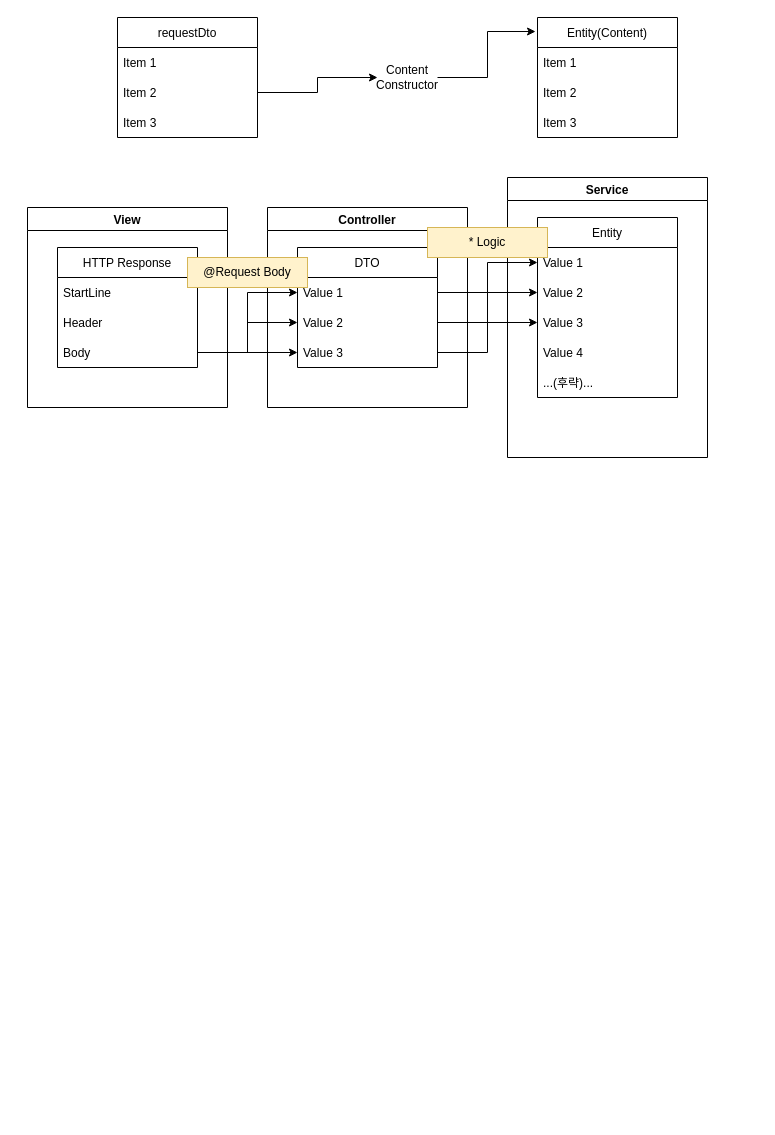
JeekLee/Post_API keeps this draw.io diagram as DtoAndEntity.drawio. Above is the earlier version. Source tidied: cells renumbered, new cells numbered last; positions are measured from the earlier drawing's top-left corner, leaving out a move shared by most shapes. Both pictures are drawn from the tidied source at 100%, with x=0, y=0 at pixel (27, 17).
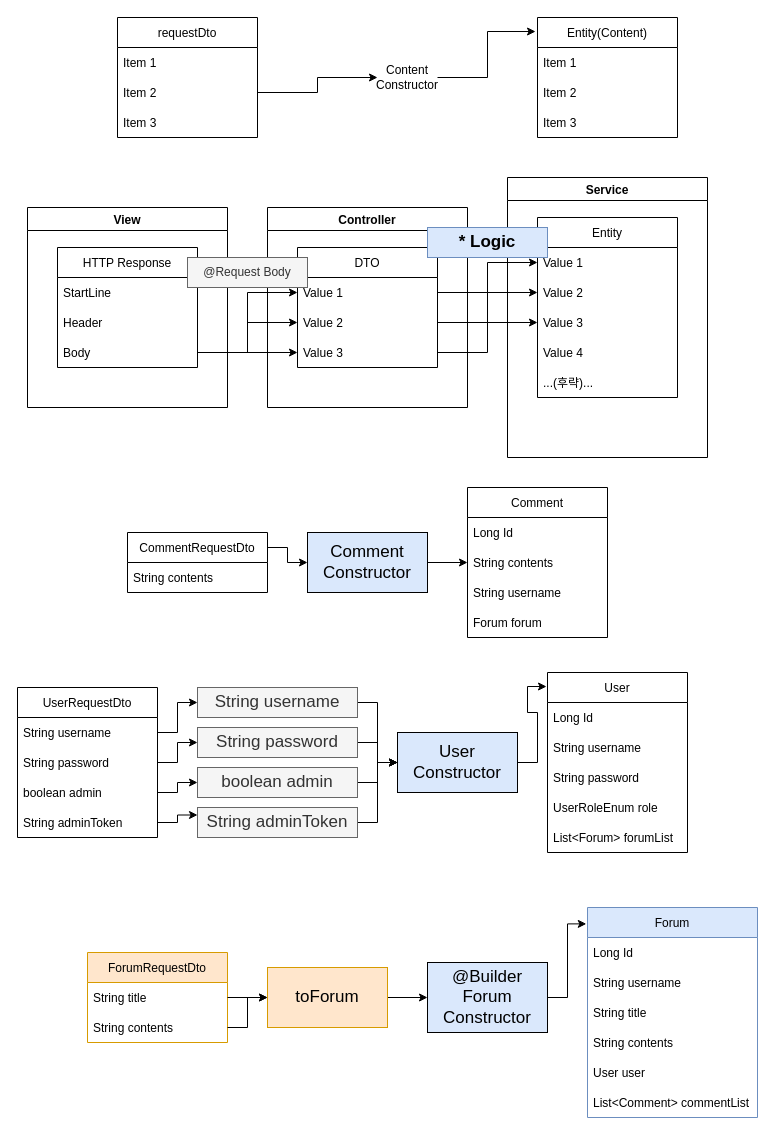
After the change.

Commit message (it also covers changes not shown here):
221206 DTO에서 Entity 반환하는 방법 3가지 비교

The change refers to these unchanged cells:
```xml
<mxCell id="28" value="Controller" style="swimlane;" parent="1" vertex="1">
  <mxGeometry x="240" y="190" width="200" height="200" as="geometry" />
</mxCell>
<mxCell id="30" value="Service" style="swimlane;" parent="1" vertex="1">
  <mxGeometry x="480" y="160" width="200" height="280" as="geometry" />
</mxCell>
```

The edit, as a diff of the source:
```diff
@@
-    <mxCell id="29" value="@Request Body" style="text;html=1;strokeColor=#d6b656;fillColor=#fff2cc;align=center;verticalAlign=middle;whiteSpace=wrap;rounded=0;" parent="28" vertex="1">
+    <mxCell id="29" value="@Request Body" style="text;html=1;strokeColor=#666666;fillColor=#f5f5f5;align=center;verticalAlign=middle;whiteSpace=wrap;rounded=0;fontColor=#333333;" parent="28" vertex="1">
       <mxGeometry x="-80" y="50" width="120" height="30" as="geometry" />
     </mxCell>
@@
-    <mxCell id="31" value="* Logic" style="text;html=1;strokeColor=#d6b656;fillColor=#fff2cc;align=center;verticalAlign=middle;whiteSpace=wrap;rounded=0;" parent="30" vertex="1">
+    <mxCell id="31" value="&lt;b style=&quot;&quot;&gt;&lt;font style=&quot;font-size: 17px;&quot;&gt;* Logic&lt;/font&gt;&lt;/b&gt;" style="text;html=1;strokeColor=#6c8ebf;fillColor=#DAE8FC;align=center;verticalAlign=middle;whiteSpace=wrap;rounded=0;glass=0;" parent="30" vertex="1">
       <mxGeometry x="-80" y="50" width="120" height="30" as="geometry" />
     </mxCell>
@@
+    <mxCell id="38" style="edgeStyle=orthogonalEdgeStyle;rounded=0;jettySize=auto;html=1;exitX=1;exitY=0.25;exitDx=0;exitDy=0;entryX=0;entryY=0.5;entryDx=0;entryDy=0;fontSize=17;fontColor=#000000;" parent="1" edge="1" source="39" target="47">
+      <mxGeometry relative="1" as="geometry" />
+    </mxCell>
+    <mxCell id="39" value="CommentRequestDto" style="swimlane;fontStyle=0;horizontal=1;startSize=30;" parent="1" vertex="1">
+      <mxGeometry x="100" y="515" width="140" height="60" as="geometry" />
+    </mxCell>
+    <mxCell id="40" value="String contents" style="text;strokeColor=none;fillColor=none;align=left;verticalAlign=middle;spacingLeft=4;spacingRight=4;overflow=hidden;" parent="39" vertex="1">
+      <mxGeometry y="30" width="140" height="30" as="geometry" />
+    </mxCell>
+    <mxCell id="41" value="Comment" style="swimlane;fontStyle=0;horizontal=1;startSize=30;" parent="1" vertex="1">
+      <mxGeometry x="440" y="470" width="140" height="150" as="geometry" />
+    </mxCell>
+    <mxCell id="42" value="Long Id" style="text;strokeColor=none;fillColor=none;align=left;verticalAlign=middle;spacingLeft=4;spacingRight=4;overflow=hidden;" parent="41" vertex="1">
+      <mxGeometry y="30" width="140" height="30" as="geometry" />
+    </mxCell>
+    <mxCell id="43" value="String contents" style="text;strokeColor=none;fillColor=none;align=left;verticalAlign=middle;spacingLeft=4;spacingRight=4;overflow=hidden;points=[[0,0.5],[1,0.5]];portConstraint=eastwest;" parent="41" vertex="1">
+      <mxGeometry y="60" width="140" height="30" as="geometry" />
+    </mxCell>
+    <mxCell id="44" value="String username" style="text;strokeColor=none;fillColor=none;align=left;verticalAlign=middle;spacingLeft=4;spacingRight=4;overflow=hidden;" parent="41" vertex="1">
+      <mxGeometry y="90" width="140" height="30" as="geometry" />
+    </mxCell>
+    <mxCell id="45" value="Forum forum" style="text;strokeColor=none;fillColor=none;align=left;verticalAlign=middle;spacingLeft=4;spacingRight=4;overflow=hidden;" parent="41" vertex="1">
+      <mxGeometry y="120" width="140" height="30" as="geometry" />
+    </mxCell>
+    <mxCell id="46" style="edgeStyle=orthogonalEdgeStyle;rounded=0;jettySize=auto;html=1;exitX=1;exitY=0.5;exitDx=0;exitDy=0;entryX=0;entryY=0.5;entryDx=0;entryDy=0;fontSize=17;fontColor=#000000;" parent="1" edge="1" source="47" target="43">
+      <mxGeometry relative="1" as="geometry" />
+    </mxCell>
+    <mxCell id="47" value="Comment&lt;br&gt;Constructor" style="rounded=0;whiteSpace=wrap;html=1;glass=0;fontSize=17;fontColor=#000000;fillColor=#DAE8FC;" parent="1" vertex="1">
+      <mxGeometry x="280" y="515" width="120" height="60" as="geometry" />
+    </mxCell>
+    <mxCell id="48" value="UserRequestDto" style="swimlane;fontStyle=0;horizontal=1;startSize=30;" parent="1" vertex="1">
+      <mxGeometry x="-10" y="670" width="140" height="150" as="geometry" />
+    </mxCell>
+    <mxCell id="49" value="String username" style="text;strokeColor=none;fillColor=none;align=left;verticalAlign=middle;spacingLeft=4;spacingRight=4;overflow=hidden;points=[[0,0.5],[1,0.5]];portConstraint=eastwest;" parent="48" vertex="1">
+      <mxGeometry y="30" width="140" height="30" as="geometry" />
+    </mxCell>
+    <mxCell id="50" value="String password" style="text;strokeColor=none;fillColor=none;align=left;verticalAlign=middle;spacingLeft=4;spacingRight=4;overflow=hidden;points=[[0,0.5],[1,0.5]];portConstraint=eastwest;" parent="48" vertex="1">
+      <mxGeometry y="60" width="140" height="30" as="geometry" />
+    </mxCell>
+    <mxCell id="51" value="boolean admin" style="text;strokeColor=none;fillColor=none;align=left;verticalAlign=middle;spacingLeft=4;spacingRight=4;overflow=hidden;points=[[0,0.5],[1,0.5]];portConstraint=eastwest;" parent="48" vertex="1">
+      <mxGeometry y="90" width="140" height="30" as="geometry" />
+    </mxCell>
+    <mxCell id="52" value="String adminToken" style="text;strokeColor=none;fillColor=none;align=left;verticalAlign=middle;spacingLeft=4;spacingRight=4;overflow=hidden;points=[[0,0.5],[1,0.5]];portConstraint=eastwest;" parent="48" vertex="1">
+      <mxGeometry y="120" width="140" height="30" as="geometry" />
+    </mxCell>
+    <mxCell id="53" value="User" style="swimlane;fontStyle=0;horizontal=1;startSize=30;" parent="1" vertex="1">
+      <mxGeometry x="520" y="655" width="140" height="180" as="geometry" />
+    </mxCell>
+    <mxCell id="54" value="Long Id" style="text;strokeColor=none;fillColor=none;align=left;verticalAlign=middle;spacingLeft=4;spacingRight=4;overflow=hidden;" parent="53" vertex="1">
+      <mxGeometry y="30" width="140" height="30" as="geometry" />
+    </mxCell>
+    <mxCell id="55" value="String username" style="text;strokeColor=none;fillColor=none;align=left;verticalAlign=middle;spacingLeft=4;spacingRight=4;overflow=hidden;" parent="53" vertex="1">
+      <mxGeometry y="60" width="140" height="30" as="geometry" />
+    </mxCell>
+    <mxCell id="56" value="String password" style="text;strokeColor=none;fillColor=none;align=left;verticalAlign=middle;spacingLeft=4;spacingRight=4;overflow=hidden;" parent="53" vertex="1">
+      <mxGeometry y="90" width="140" height="30" as="geometry" />
+    </mxCell>
+    <mxCell id="57" value="UserRoleEnum role" style="text;strokeColor=none;fillColor=none;align=left;verticalAlign=middle;spacingLeft=4;spacingRight=4;overflow=hidden;" parent="53" vertex="1">
+      <mxGeometry y="120" width="140" height="30" as="geometry" />
+    </mxCell>
+    <mxCell id="58" value="List&lt;Forum&gt; forumList" style="text;strokeColor=none;fillColor=none;align=left;verticalAlign=middle;spacingLeft=4;spacingRight=4;overflow=hidden;" parent="53" vertex="1">
+      <mxGeometry y="150" width="140" height="30" as="geometry" />
+    </mxCell>
+    <mxCell id="59" style="edgeStyle=orthogonalEdgeStyle;rounded=0;jettySize=auto;html=1;exitX=1;exitY=0.5;exitDx=0;exitDy=0;entryX=-0.007;entryY=0.078;entryDx=0;entryDy=0;entryPerimeter=0;fontSize=17;fontColor=#000000;" parent="1" edge="1" source="60" target="53">
+      <mxGeometry relative="1" as="geometry" />
+    </mxCell>
+    <mxCell id="60" value="User&lt;br&gt;Constructor" style="rounded=0;whiteSpace=wrap;html=1;glass=0;fontSize=17;fontColor=#000000;fillColor=#DAE8FC;" parent="1" vertex="1">
+      <mxGeometry x="370" y="715" width="120" height="60" as="geometry" />
+    </mxCell>
+    <mxCell id="61" style="edgeStyle=orthogonalEdgeStyle;rounded=0;jettySize=auto;html=1;exitX=1;exitY=0.5;exitDx=0;exitDy=0;entryX=0;entryY=0.5;entryDx=0;entryDy=0;fontSize=17;fontColor=#000000;" parent="1" edge="1" source="62" target="60">
+      <mxGeometry relative="1" as="geometry" />
+    </mxCell>
+    <mxCell id="62" value="String username" style="text;html=1;align=center;verticalAlign=middle;whiteSpace=wrap;rounded=0;glass=0;fontSize=17;fillColor=#f5f5f5;fontColor=#333333;strokeColor=#666666;" parent="1" vertex="1">
+      <mxGeometry x="170" y="670" width="160" height="30" as="geometry" />
+    </mxCell>
+    <mxCell id="63" style="edgeStyle=orthogonalEdgeStyle;rounded=0;jettySize=auto;html=1;exitX=1;exitY=0.5;exitDx=0;exitDy=0;entryX=0;entryY=0.5;entryDx=0;entryDy=0;fontSize=17;fontColor=#000000;" parent="1" edge="1" source="64" target="60">
+      <mxGeometry relative="1" as="geometry" />
+    </mxCell>
+    <mxCell id="64" value="String password" style="text;html=1;align=center;verticalAlign=middle;whiteSpace=wrap;rounded=0;glass=0;fontSize=17;fillColor=#f5f5f5;fontColor=#333333;strokeColor=#666666;" parent="1" vertex="1">
+      <mxGeometry x="170" y="710" width="160" height="30" as="geometry" />
+    </mxCell>
+    <mxCell id="65" style="edgeStyle=orthogonalEdgeStyle;rounded=0;jettySize=auto;html=1;exitX=1;exitY=0.5;exitDx=0;exitDy=0;entryX=0;entryY=0.5;entryDx=0;entryDy=0;fontSize=17;fontColor=#000000;" parent="1" edge="1" source="66" target="60">
+      <mxGeometry relative="1" as="geometry" />
+    </mxCell>
+    <mxCell id="66" value="boolean admin" style="text;html=1;align=center;verticalAlign=middle;whiteSpace=wrap;rounded=0;glass=0;fontSize=17;fillColor=#f5f5f5;fontColor=#333333;strokeColor=#666666;" parent="1" vertex="1">
+      <mxGeometry x="170" y="750" width="160" height="30" as="geometry" />
+    </mxCell>
+    <mxCell id="67" style="edgeStyle=orthogonalEdgeStyle;rounded=0;jettySize=auto;html=1;exitX=1;exitY=0.5;exitDx=0;exitDy=0;entryX=0;entryY=0.5;entryDx=0;entryDy=0;fontSize=17;fontColor=#000000;" parent="1" edge="1" source="68" target="60">
+      <mxGeometry relative="1" as="geometry" />
+    </mxCell>
+    <mxCell id="68" value="String adminToken" style="text;html=1;align=center;verticalAlign=middle;whiteSpace=wrap;rounded=0;glass=0;fontSize=17;fillColor=#f5f5f5;fontColor=#333333;strokeColor=#666666;" parent="1" vertex="1">
+      <mxGeometry x="170" y="790" width="160" height="30" as="geometry" />
+    </mxCell>
+    <mxCell id="69" style="edgeStyle=orthogonalEdgeStyle;rounded=0;jettySize=auto;html=1;exitX=1;exitY=0.5;exitDx=0;exitDy=0;entryX=0;entryY=0.5;entryDx=0;entryDy=0;fontSize=17;fontColor=#000000;" parent="1" edge="1" source="49" target="62">
+      <mxGeometry relative="1" as="geometry" />
+    </mxCell>
+    <mxCell id="70" style="edgeStyle=orthogonalEdgeStyle;rounded=0;jettySize=auto;html=1;exitX=1;exitY=0.5;exitDx=0;exitDy=0;entryX=0;entryY=0.5;entryDx=0;entryDy=0;fontSize=17;fontColor=#000000;" parent="1" edge="1" source="50" target="64">
+      <mxGeometry relative="1" as="geometry" />
+    </mxCell>
+    <mxCell id="71" style="edgeStyle=orthogonalEdgeStyle;rounded=0;jettySize=auto;html=1;exitX=1;exitY=0.5;exitDx=0;exitDy=0;entryX=0;entryY=0.5;entryDx=0;entryDy=0;fontSize=17;fontColor=#000000;" parent="1" edge="1" source="51" target="66">
+      <mxGeometry relative="1" as="geometry" />
+    </mxCell>
+    <mxCell id="72" style="edgeStyle=orthogonalEdgeStyle;rounded=0;jettySize=auto;html=1;exitX=1;exitY=0.5;exitDx=0;exitDy=0;entryX=0;entryY=0.25;entryDx=0;entryDy=0;fontSize=17;fontColor=#000000;" parent="1" edge="1" source="52" target="68">
+      <mxGeometry relative="1" as="geometry" />
+    </mxCell>
+    <mxCell id="73" value="ForumRequestDto" style="swimlane;fontStyle=0;horizontal=1;startSize=30;fillColor=#ffe6cc;strokeColor=#d79b00;" parent="1" vertex="1">
+      <mxGeometry x="60" y="935" width="140" height="90" as="geometry" />
+    </mxCell>
+    <mxCell id="74" value="String title" style="text;strokeColor=none;fillColor=none;align=left;verticalAlign=middle;spacingLeft=4;spacingRight=4;overflow=hidden;points=[[0,0.5],[1,0.5]];portConstraint=eastwest;" parent="73" vertex="1">
+      <mxGeometry y="30" width="140" height="30" as="geometry" />
+    </mxCell>
+    <mxCell id="75" value="String contents" style="text;strokeColor=none;fillColor=none;align=left;verticalAlign=middle;spacingLeft=4;spacingRight=4;overflow=hidden;points=[[0,0.5],[1,0.5]];portConstraint=eastwest;" parent="73" vertex="1">
+      <mxGeometry y="60" width="140" height="30" as="geometry" />
+    </mxCell>
+    <mxCell id="76" value="Forum" style="swimlane;fontStyle=0;horizontal=1;startSize=30;fillColor=#dae8fc;strokeColor=#6c8ebf;" parent="1" vertex="1">
+      <mxGeometry x="560" y="890" width="170" height="210" as="geometry" />
+    </mxCell>
+    <mxCell id="77" value="Long Id" style="text;strokeColor=none;fillColor=none;align=left;verticalAlign=middle;spacingLeft=4;spacingRight=4;overflow=hidden;" parent="76" vertex="1">
+      <mxGeometry y="30" width="170" height="30" as="geometry" />
+    </mxCell>
+    <mxCell id="78" value="String username" style="text;strokeColor=none;fillColor=none;align=left;verticalAlign=middle;spacingLeft=4;spacingRight=4;overflow=hidden;" parent="76" vertex="1">
+      <mxGeometry y="60" width="170" height="30" as="geometry" />
+    </mxCell>
+    <mxCell id="79" value="String title" style="text;strokeColor=none;fillColor=none;align=left;verticalAlign=middle;spacingLeft=4;spacingRight=4;overflow=hidden;" parent="76" vertex="1">
+      <mxGeometry y="90" width="170" height="30" as="geometry" />
+    </mxCell>
+    <mxCell id="80" value="String contents" style="text;strokeColor=none;fillColor=none;align=left;verticalAlign=middle;spacingLeft=4;spacingRight=4;overflow=hidden;" parent="76" vertex="1">
+      <mxGeometry y="120" width="170" height="30" as="geometry" />
+    </mxCell>
+    <mxCell id="81" value="User user" style="text;strokeColor=none;fillColor=none;align=left;verticalAlign=middle;spacingLeft=4;spacingRight=4;overflow=hidden;" parent="76" vertex="1">
+      <mxGeometry y="150" width="170" height="30" as="geometry" />
+    </mxCell>
+    <mxCell id="82" value="List&lt;Comment&gt; commentList" style="text;strokeColor=none;fillColor=none;align=left;verticalAlign=middle;spacingLeft=4;spacingRight=4;overflow=hidden;" parent="76" vertex="1">
+      <mxGeometry y="180" width="170" height="30" as="geometry" />
+    </mxCell>
+    <mxCell id="83" style="edgeStyle=orthogonalEdgeStyle;rounded=0;jettySize=auto;html=1;exitX=1;exitY=0.5;exitDx=0;exitDy=0;entryX=-0.007;entryY=0.078;entryDx=0;entryDy=0;entryPerimeter=0;fontSize=17;fontColor=#000000;" parent="1" edge="1" source="84" target="76">
+      <mxGeometry relative="1" as="geometry" />
+    </mxCell>
+    <mxCell id="84" value="@Builder&lt;br&gt;Forum&lt;br&gt;Constructor" style="rounded=0;whiteSpace=wrap;html=1;glass=0;fontSize=17;fontColor=#000000;fillColor=#DAE8FC;" parent="1" vertex="1">
+      <mxGeometry x="400" y="945" width="120" height="70" as="geometry" />
+    </mxCell>
+    <mxCell id="85" style="edgeStyle=orthogonalEdgeStyle;rounded=0;jettySize=auto;html=1;exitX=1;exitY=0.5;exitDx=0;exitDy=0;entryX=0;entryY=0.5;entryDx=0;entryDy=0;fontSize=17;fontColor=#000000;" parent="1" edge="1" source="86" target="84">
+      <mxGeometry relative="1" as="geometry" />
+    </mxCell>
+    <mxCell id="86" value="toForum" style="rounded=0;whiteSpace=wrap;html=1;glass=0;fontSize=17;fillColor=#ffe6cc;strokeColor=#d79b00;" parent="1" vertex="1">
+      <mxGeometry x="240" y="950" width="120" height="60" as="geometry" />
+    </mxCell>
+    <mxCell id="87" style="edgeStyle=orthogonalEdgeStyle;rounded=0;jettySize=auto;html=1;exitX=1;exitY=0.5;exitDx=0;exitDy=0;entryX=0;entryY=0.5;entryDx=0;entryDy=0;fontSize=17;fontColor=#000000;" parent="1" edge="1" source="74" target="86">
+      <mxGeometry relative="1" as="geometry" />
+    </mxCell>
+    <mxCell id="88" style="edgeStyle=orthogonalEdgeStyle;rounded=0;jettySize=auto;html=1;exitX=1;exitY=0.5;exitDx=0;exitDy=0;entryX=0;entryY=0.5;entryDx=0;entryDy=0;fontSize=17;fontColor=#000000;" parent="1" edge="1" source="75" target="86">
+      <mxGeometry relative="1" as="geometry" />
+    </mxCell>
```
